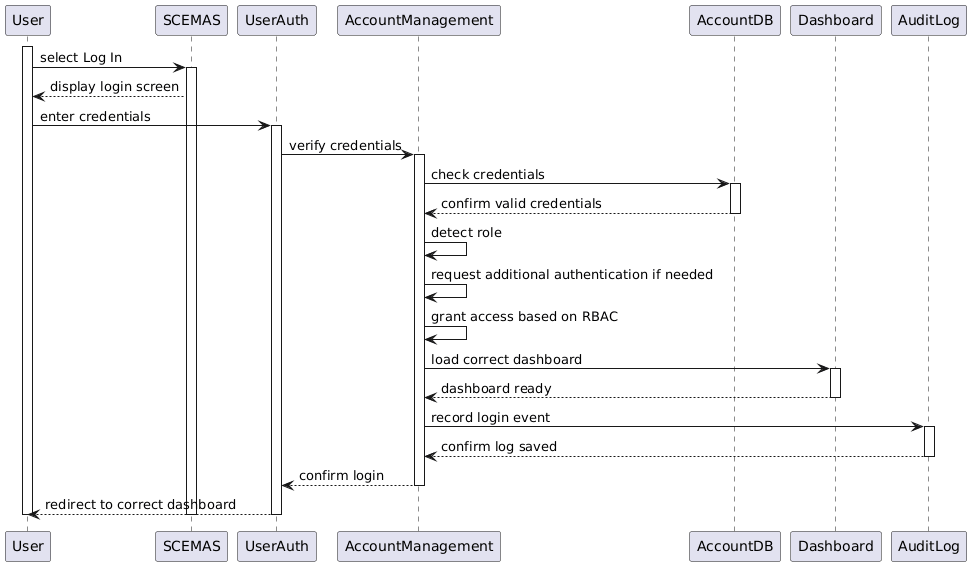
This is docs/diagrams/compiled/sequence/BE1_Login.png from harmanpreet-sagar/sfwreng-3a04-group6-t01-scemas, a PlantUML export, as it was before one commit. Its diagram source:
```plantuml
@startuml
activate User

User -> SCEMAS : select Log In
activate SCEMAS
SCEMAS --> User : display login screen


User -> UserAuth : enter credentials
activate UserAuth

UserAuth -> AccountManagement : verify credentials
activate AccountManagement

AccountManagement -> AccountDB : check credentials
activate AccountDB
AccountDB --> AccountManagement : confirm valid credentials
deactivate AccountDB

AccountManagement -> AccountManagement : detect role
AccountManagement -> AccountManagement : request additional authentication if needed
AccountManagement -> AccountManagement : grant access based on RBAC

AccountManagement -> Dashboard : load correct dashboard
activate Dashboard
Dashboard --> AccountManagement : dashboard ready
deactivate Dashboard

AccountManagement -> AuditLog : record login event
activate AuditLog
AuditLog --> AccountManagement : confirm log saved
deactivate AuditLog

AccountManagement --> UserAuth : confirm login
deactivate AccountManagement

UserAuth --> User : redirect to correct dashboard
deactivate UserAuth

deactivate SCEMAS
deactivate User
@enduml
```
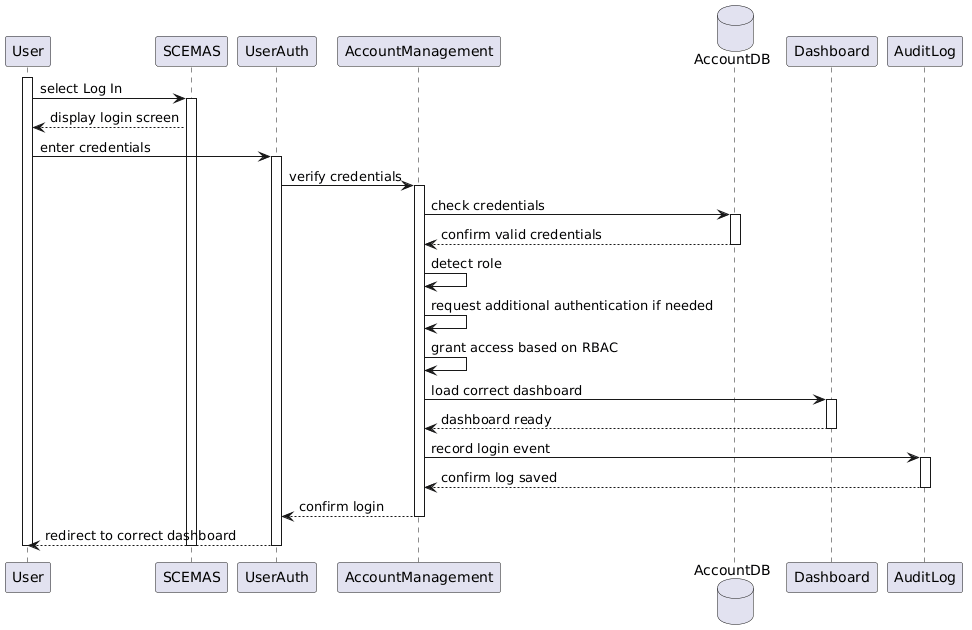
After the commit.

Diff of the diagram source:
```diff
@@ -1,4 +1,12 @@
 @startuml
+participant "User" as User
+participant "SCEMAS" as SCEMAS
+participant "UserAuth" as UserAuth
+participant "AccountManagement" as AccountManagement
+database "AccountDB" as AccountDB
+participant "Dashboard" as Dashboard
+participant "AuditLog" as AuditLog
+
 activate User
 
 User -> SCEMAS : select Log In
```
